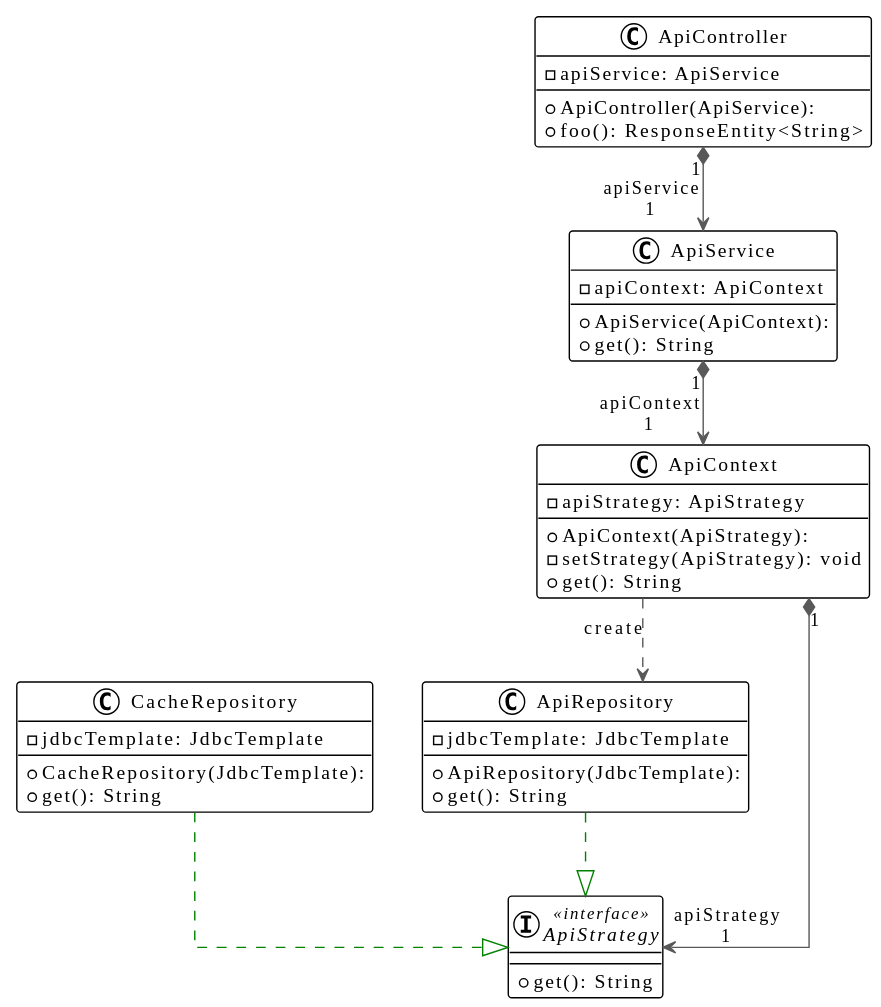
Earlier version of the PlantUML export opdracht-diagrammen/code_diagram_ramon.svg (AIM-ENE-feb25/triptop-groep-3-pedro-ramon-mees).
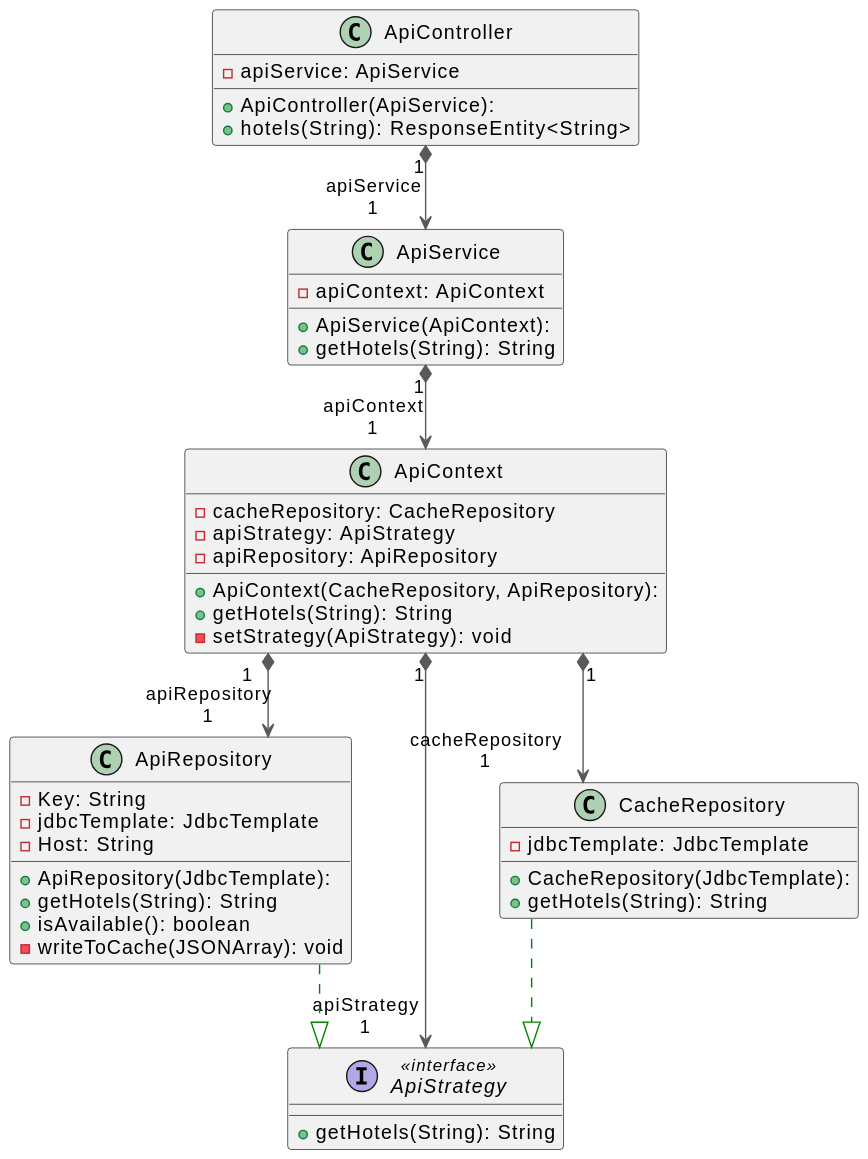
Above is the later version.

Commit message:
Update class diagram

Change to the diagram source:
```diff
@@ -1,40 +1,46 @@
 @startuml
-!theme plain
 top to bottom direction
 skinparam linetype ortho
 
 class ApiContext {
-  + ApiContext(ApiStrategy):
+  + ApiContext(CacheRepository, ApiRepository):
+  - cacheRepository: CacheRepository
   - apiStrategy: ApiStrategy
+  - apiRepository: ApiRepository
+  + getHotels(String): String
   - setStrategy(ApiStrategy): void
-  + get(): String
 }
 class ApiController {
   + ApiController(ApiService):
   - apiService: ApiService
-  + foo(): ResponseEntity<String>
+  + hotels(String): ResponseEntity<String>
 }
 class ApiRepository {
   + ApiRepository(JdbcTemplate):
+  - Key: String
   - jdbcTemplate: JdbcTemplate
-  + get(): String
+  - Host: String
+  + getHotels(String): String
+  + isAvailable(): boolean
+  - writeToCache(JSONArray): void
 }
 class ApiService {
   + ApiService(ApiContext):
   - apiContext: ApiContext
-  + get(): String
+  + getHotels(String): String
 }
 interface ApiStrategy << interface >> {
-  + get(): String
+  + getHotels(String): String
 }
 class CacheRepository {
   + CacheRepository(JdbcTemplate):
   - jdbcTemplate: JdbcTemplate
-  + get(): String
+  + getHotels(String): String
 }
 
-ApiContext        -[#595959,dashed]->  ApiRepository    : "«create»"
+ApiContext       "1" *-[#595959,plain]-> "apiRepository\n1" ApiRepository
 ApiContext       "1" *-[#595959,plain]-> "apiStrategy\n1" ApiStrategy
+ApiContext       "1" *-[#595959,plain]-> "cacheRepository\n1" CacheRepository
 ApiController    "1" *-[#595959,plain]-> "apiService\n1" ApiService
 ApiRepository     -[#008200,dashed]-^  ApiStrategy
 ApiService       "1" *-[#595959,plain]-> "apiContext\n1" ApiContext
```
